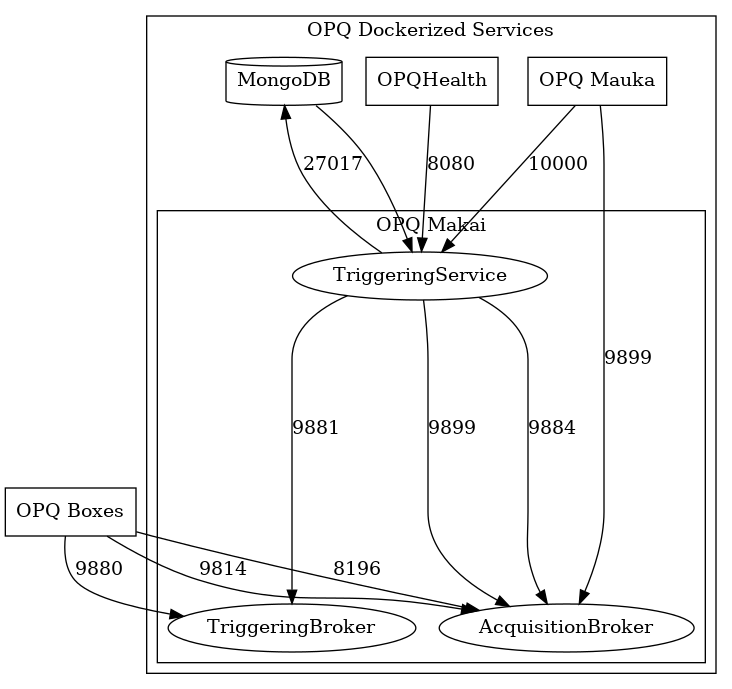
Above: makai/makai.png in openpowerquality/opq (Graphviz), before the change. Its source is kept beside it as makai/makai.dot.
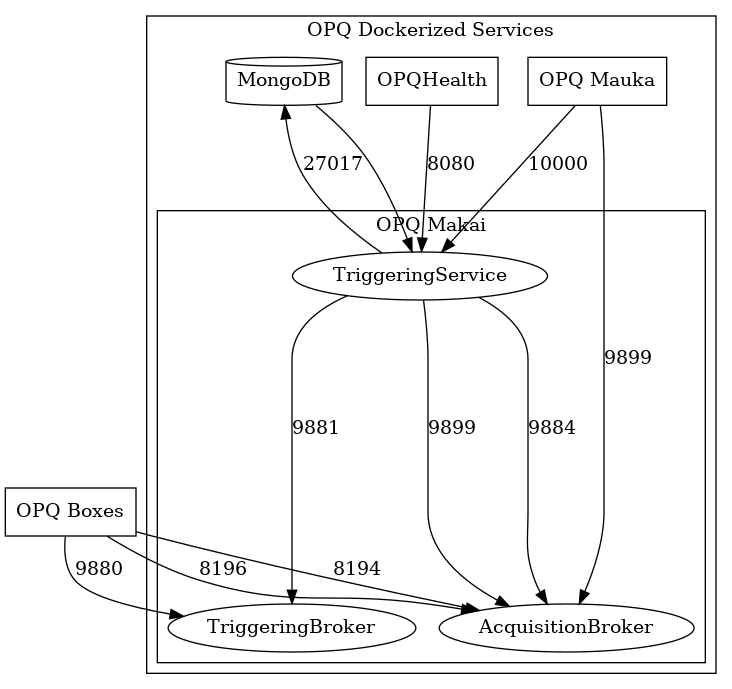
The same diagram one commit later.

Commit message:
Fix makai diagram.

What changed in the source:
```diff
@@ -15,8 +15,11 @@
         }
     }
 
+    OPQBoxes -> AcquisitionBroker [label=8194]
     OPQBoxes -> AcquisitionBroker [label=8196]
-    OPQBoxes -> AcquisitionBroker [label=9814]
+    OPQBoxes -> TriggeringBroker [label=9880]
+
+
     TriggeringService -> AcquisitionBroker [label=9884]
 
     OPQMauka -> TriggeringService [label=10000]
@@ -28,7 +31,7 @@
 
     TriggeringService -> AcquisitionBroker [label=9899]
 
-    OPQBoxes -> TriggeringBroker [label=9880]
+
     TriggeringService -> TriggeringBroker [label=9881]
 
     OPQHealth -> TriggeringService [label=8080]
```
